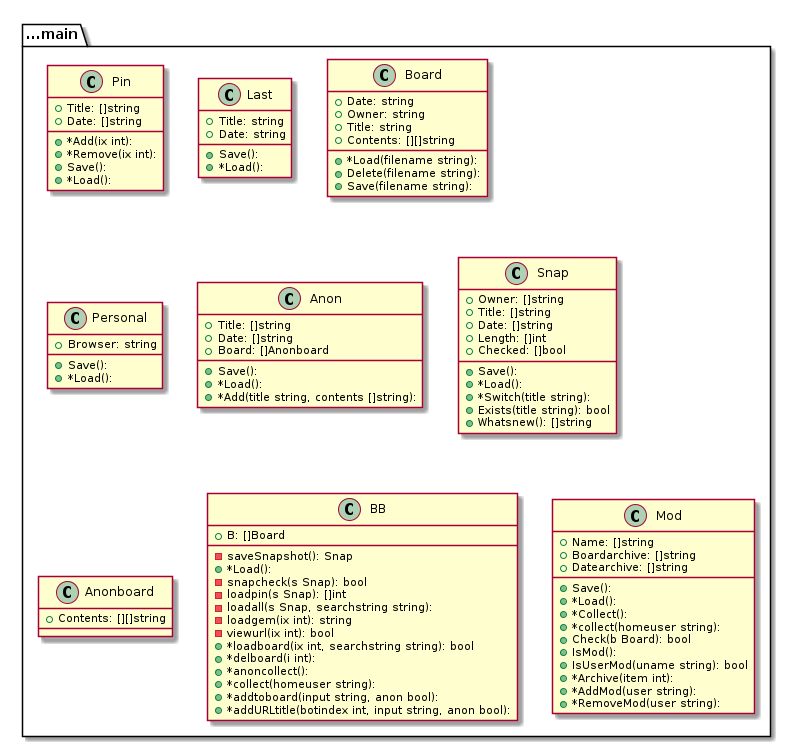
Above: graph.png in tbal999/bb (PlantUML), before the change.
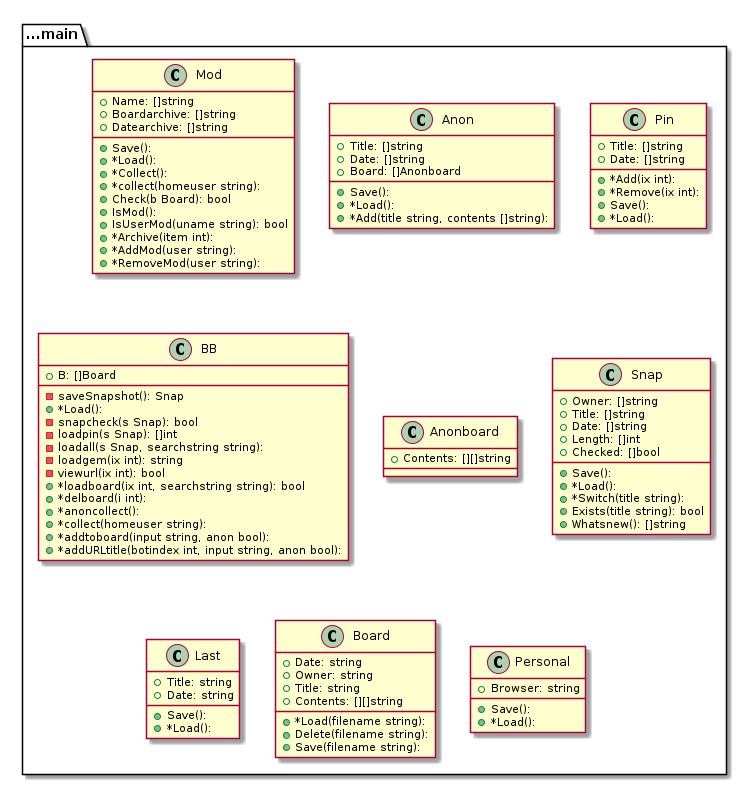
The same diagram one commit later.

Change to the diagram source:
```diff
@@ -1,4 +1,31 @@
 @startuml
+package ...main{
+class Mod {
++Name: []string
++Boardarchive: []string
++Datearchive: []string
++Save():
++*Load():
++*Collect():
++*collect(homeuser string):
++Check(b Board): bool
++IsMod():
++IsUserMod(uname string): bool
++*Archive(item int):
++*AddMod(user string):
++*RemoveMod(user string):
+}
+}
+package ...main{
+class Anon {
++Title: []string
++Date: []string
++Board: []Anonboard
++Save():
++*Load():
++*Add(title string, contents []string):
+}
+}
 package ...main{
 class Pin {
 +Title: []string
@@ -7,6 +34,44 @@
 +*Remove(ix int):
 +Save():
 +*Load():
+}
+}
+package ...main{
+class BB {
++B: []Board
+-saveSnapshot(): Snap
++*Load():
+-snapcheck(s Snap): bool
+-loadpin(s Snap): []int
+-loadall(s Snap, searchstring string):
+-loadgem(ix int): string
+-viewurl(ix int): bool
++*loadboard(ix int, searchstring string): bool
++*delboard(i int):
++*anoncollect():
++*collect(homeuser string):
++*addtoboard(input string, anon bool):
++*addURLtitle(botindex int, input string, anon bool):
+}
+}
+package ...main{
+class Anonboard {
++Contents: [][]string
+
+}
+}
+package ...main{
+class Snap {
++Owner: []string
++Title: []string
++Date: []string
++Length: []int
++Checked: []bool
++Save():
++*Load():
++*Switch(title string):
++Exists(title string): bool
++Whatsnew(): []string
 }
 }
 package ...main{
@@ -35,70 +100,5 @@
 +*Load():
 }
 }
-package ...main{
-class Anon {
-+Title: []string
-+Date: []string
-+Board: []Anonboard
-+Save():
-+*Load():
-+*Add(title string, contents []string):
-}
-}
-package ...main{
-class Snap {
-+Owner: []string
-+Title: []string
-+Date: []string
-+Length: []int
-+Checked: []bool
-+Save():
-+*Load():
-+*Switch(title string):
-+Exists(title string): bool
-+Whatsnew(): []string
-}
-}
-package ...main{
-class Anonboard {
-+Contents: [][]string
-
-}
-}
-package ...main{
-class BB {
-+B: []Board
--saveSnapshot(): Snap
-+*Load():
--snapcheck(s Snap): bool
--loadpin(s Snap): []int
--loadall(s Snap, searchstring string):
--loadgem(ix int): string
--viewurl(ix int): bool
-+*loadboard(ix int, searchstring string): bool
-+*delboard(i int):
-+*anoncollect():
-+*collect(homeuser string):
-+*addtoboard(input string, anon bool):
-+*addURLtitle(botindex int, input string, anon bool):
-}
-}
-package ...main{
-class Mod {
-+Name: []string
-+Boardarchive: []string
-+Datearchive: []string
-+Save():
-+*Load():
-+*Collect():
-+*collect(homeuser string):
-+Check(b Board): bool
-+IsMod():
-+IsUserMod(uname string): bool
-+*Archive(item int):
-+*AddMod(user string):
-+*RemoveMod(user string):
-}
-}
 
 @enduml
```
